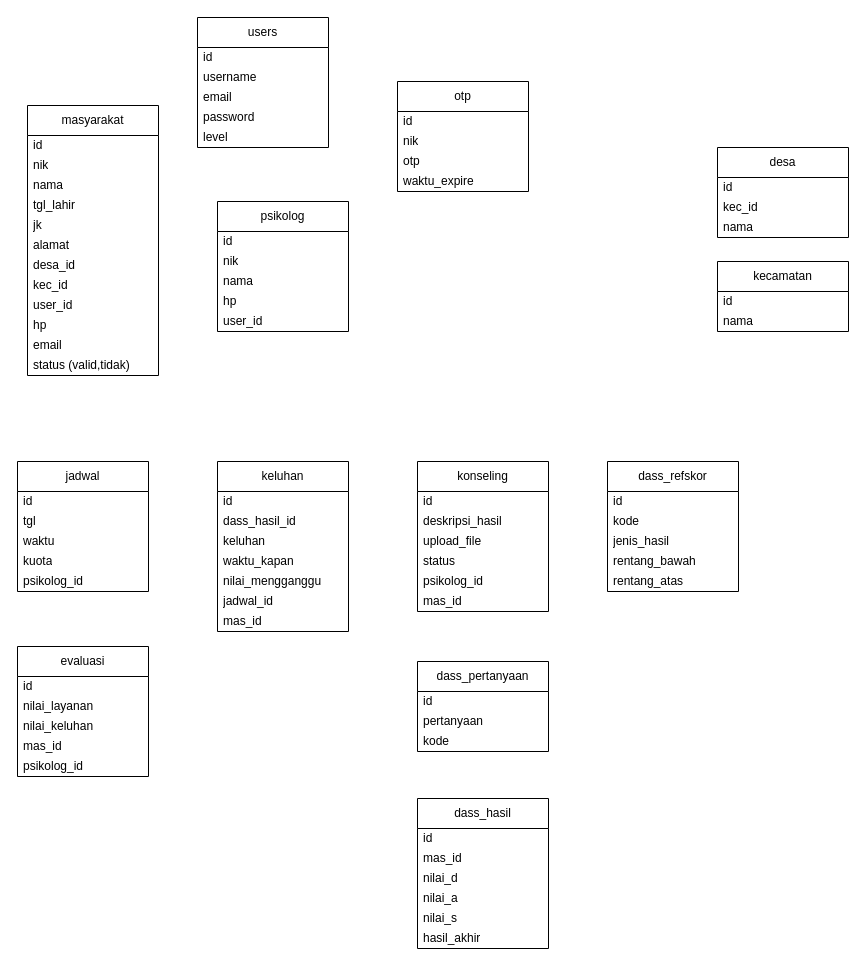
zeneight/drawio keeps this draw.io diagram as env_designs/erd_dmb.drawio. Above is the earlier version. Source tidied: cells renumbered, new cells numbered last; positions are measured from the earlier drawing's top-left corner, leaving out a move shared by most shapes. Both pictures are drawn from the tidied source at 100%, with x=0, y=0 at pixel (17, 17).
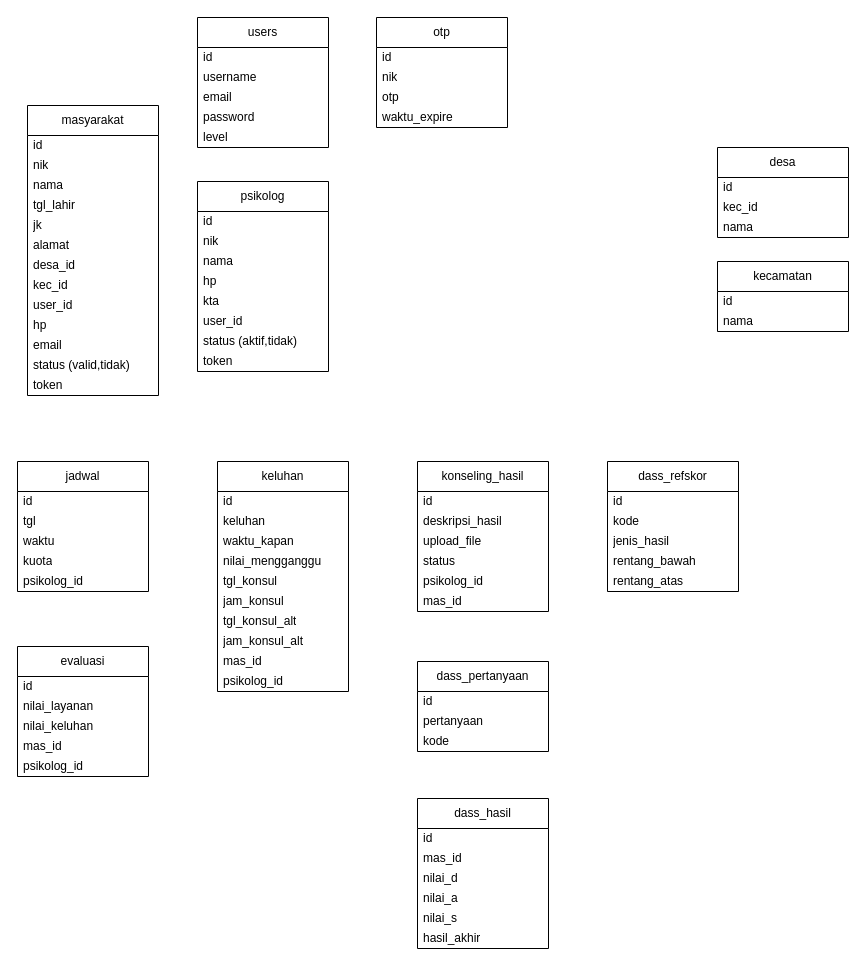
After the change.

Diff of the diagram source:
```diff
@@
     <mxCell id="2" value="masyarakat" style="swimlane;fontStyle=0;horizontal=1;startSize=30;whiteSpace=wrap;html=1;" parent="1" vertex="1">
-      <mxGeometry x="10" y="88" width="131" height="270" as="geometry" />
+      <mxGeometry x="10" y="88" width="131" height="290" as="geometry" />
     </mxCell>
@@
+    <mxCell id="83" value="token" style="text;strokeColor=none;fillColor=none;align=left;verticalAlign=middle;spacingLeft=4;spacingRight=4;overflow=hidden;whiteSpace=wrap;html=1;" parent="2" vertex="1">
+      <mxGeometry y="270" width="131" height="20" as="geometry" />
+    </mxCell>
     <mxCell id="15" value="psikolog" style="swimlane;fontStyle=0;horizontal=1;startSize=30;whiteSpace=wrap;html=1;" parent="1" vertex="1">
-      <mxGeometry x="200" y="184" width="131" height="130" as="geometry" />
+      <mxGeometry x="180" y="164" width="131" height="190" as="geometry" />
     </mxCell>
@@
+    <mxCell id="84" value="kta" style="text;strokeColor=none;fillColor=none;align=left;verticalAlign=middle;spacingLeft=4;spacingRight=4;overflow=hidden;whiteSpace=wrap;html=1;" parent="15" vertex="1">
+      <mxGeometry y="110" width="131" height="20" as="geometry" />
+    </mxCell>
+    <mxCell id="85" value="user_id" style="text;strokeColor=none;fillColor=none;align=left;verticalAlign=middle;spacingLeft=4;spacingRight=4;overflow=hidden;whiteSpace=wrap;html=1;" parent="15" vertex="1">
+      <mxGeometry y="130" width="131" height="20" as="geometry" />
+    </mxCell>
-    <mxCell id="20" value="user_id" style="text;strokeColor=none;fillColor=none;align=left;verticalAlign=middle;spacingLeft=4;spacingRight=4;overflow=hidden;whiteSpace=wrap;html=1;" parent="15" vertex="1">
-      <mxGeometry y="110" width="131" height="20" as="geometry" />
+    <mxCell id="20" value="status (aktif,tidak)" style="text;strokeColor=none;fillColor=none;align=left;verticalAlign=middle;spacingLeft=4;spacingRight=4;overflow=hidden;whiteSpace=wrap;html=1;" parent="15" vertex="1">
+      <mxGeometry y="150" width="131" height="20" as="geometry" />
     </mxCell>
+    <mxCell id="86" value="token" style="text;strokeColor=none;fillColor=none;align=left;verticalAlign=middle;spacingLeft=4;spacingRight=4;overflow=hidden;whiteSpace=wrap;html=1;" parent="15" vertex="1">
+      <mxGeometry y="170" width="131" height="20" as="geometry" />
+    </mxCell>
@@
     <mxCell id="33" value="keluhan" style="swimlane;fontStyle=0;horizontal=1;startSize=30;whiteSpace=wrap;html=1;" parent="1" vertex="1">
-      <mxGeometry x="200" y="444" width="131" height="170" as="geometry" />
+      <mxGeometry x="200" y="444" width="131" height="230" as="geometry" />
     </mxCell>
@@
-    <mxCell id="35" value="dass_hasil_id" style="text;strokeColor=none;fillColor=none;align=left;verticalAlign=middle;spacingLeft=4;spacingRight=4;overflow=hidden;whiteSpace=wrap;html=1;" parent="33" vertex="1">
-      <mxGeometry y="50" width="131" height="20" as="geometry" />
-    </mxCell>
     <mxCell id="36" value="keluhan" style="text;strokeColor=none;fillColor=none;align=left;verticalAlign=middle;spacingLeft=4;spacingRight=4;overflow=hidden;whiteSpace=wrap;html=1;" parent="33" vertex="1">
-      <mxGeometry y="70" width="131" height="20" as="geometry" />
+      <mxGeometry y="50" width="131" height="20" as="geometry" />
     </mxCell>
     <mxCell id="37" value="waktu_kapan" style="text;strokeColor=none;fillColor=none;align=left;verticalAlign=middle;spacingLeft=4;spacingRight=4;overflow=hidden;whiteSpace=wrap;html=1;" parent="33" vertex="1">
-      <mxGeometry y="90" width="131" height="20" as="geometry" />
+      <mxGeometry y="70" width="131" height="20" as="geometry" />
     </mxCell>
     <mxCell id="38" value="nilai_mengganggu" style="text;strokeColor=none;fillColor=none;align=left;verticalAlign=middle;spacingLeft=4;spacingRight=4;overflow=hidden;whiteSpace=wrap;html=1;" parent="33" vertex="1">
-      <mxGeometry y="110" width="131" height="20" as="geometry" />
+      <mxGeometry y="90" width="131" height="20" as="geometry" />
     </mxCell>
-    <mxCell id="39" value="jadwal_id" style="text;strokeColor=none;fillColor=none;align=left;verticalAlign=middle;spacingLeft=4;spacingRight=4;overflow=hidden;whiteSpace=wrap;html=1;" parent="33" vertex="1">
-      <mxGeometry y="130" width="131" height="20" as="geometry" />
+    <mxCell id="39" value="tgl_konsul" style="text;strokeColor=none;fillColor=none;align=left;verticalAlign=middle;spacingLeft=4;spacingRight=4;overflow=hidden;whiteSpace=wrap;html=1;" parent="33" vertex="1">
+      <mxGeometry y="110" width="131" height="20" as="geometry" />
     </mxCell>
+    <mxCell id="87" value="jam_konsul" style="text;strokeColor=none;fillColor=none;align=left;verticalAlign=middle;spacingLeft=4;spacingRight=4;overflow=hidden;whiteSpace=wrap;html=1;" parent="33" vertex="1">
+      <mxGeometry y="130" width="131" height="20" as="geometry" />
+    </mxCell>
+    <mxCell id="88" value="tgl_konsul_alt" style="text;strokeColor=none;fillColor=none;align=left;verticalAlign=middle;spacingLeft=4;spacingRight=4;overflow=hidden;whiteSpace=wrap;html=1;" parent="33" vertex="1">
+      <mxGeometry y="150" width="131" height="20" as="geometry" />
+    </mxCell>
+    <mxCell id="89" value="jam_konsul_alt" style="text;strokeColor=none;fillColor=none;align=left;verticalAlign=middle;spacingLeft=4;spacingRight=4;overflow=hidden;whiteSpace=wrap;html=1;" parent="33" vertex="1">
+      <mxGeometry y="170" width="131" height="20" as="geometry" />
+    </mxCell>
     <mxCell id="40" value="mas_id" style="text;strokeColor=none;fillColor=none;align=left;verticalAlign=middle;spacingLeft=4;spacingRight=4;overflow=hidden;whiteSpace=wrap;html=1;" parent="33" vertex="1">
-      <mxGeometry y="150" width="131" height="20" as="geometry" />
+      <mxGeometry y="190" width="131" height="20" as="geometry" />
     </mxCell>
+    <mxCell id="90" value="psikolog_id" style="text;strokeColor=none;fillColor=none;align=left;verticalAlign=middle;spacingLeft=4;spacingRight=4;overflow=hidden;whiteSpace=wrap;html=1;" parent="33" vertex="1">
+      <mxGeometry y="210" width="131" height="20" as="geometry" />
+    </mxCell>
-    <mxCell id="41" value="konseling" style="swimlane;fontStyle=0;horizontal=1;startSize=30;whiteSpace=wrap;html=1;" parent="1" vertex="1">
+    <mxCell id="41" value="konseling_hasil" style="swimlane;fontStyle=0;horizontal=1;startSize=30;whiteSpace=wrap;html=1;" parent="1" vertex="1">
       <mxGeometry x="400" y="444" width="131" height="150" as="geometry" />
     </mxCell>
@@
     <mxCell id="78" value="otp" style="swimlane;fontStyle=0;horizontal=1;startSize=30;whiteSpace=wrap;html=1;" parent="1" vertex="1">
-      <mxGeometry x="380" y="64" width="131" height="110" as="geometry" />
+      <mxGeometry x="359" width="131" height="110" as="geometry" />
     </mxCell>
```
